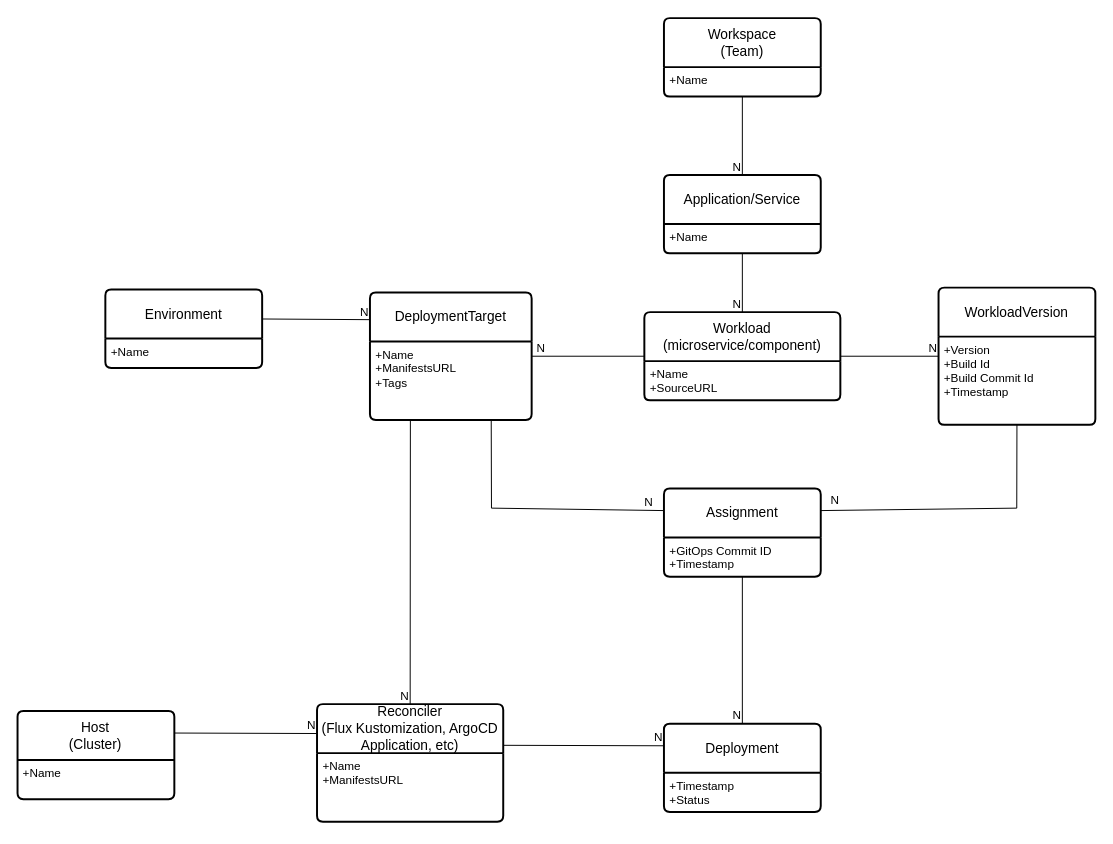
Earlier version of the draw.io diagram docs/images/DeploymentObservabilityLogicalModel.drawio (microsoft/kalypso-observability-hub). Source tidied: cells renumbered, new cells numbered last; positions are measured from the earlier drawing's top-left corner, leaving out a move shared by most shapes. Both pictures are drawn from the tidied source at 98%, with x=0, y=0 at pixel (17, 18).
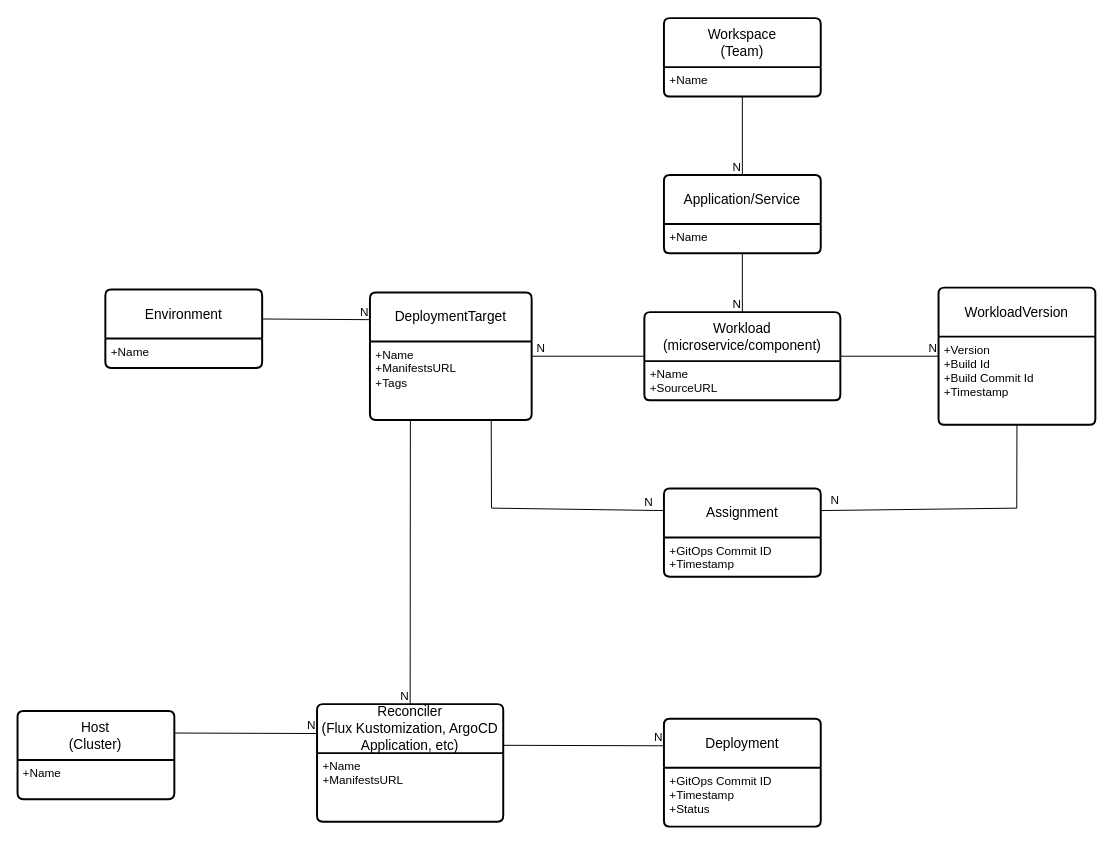
The same page after the edit.

Unchanged cells that the change refers to:
```xml
<mxCell id="23" value="+GitOps Commit ID&lt;br&gt;+Timestamp&amp;nbsp;" style="align=left;strokeColor=none;fillColor=none;spacingLeft=4;fontSize=12;verticalAlign=top;html=1;" parent="22" vertex="1">
  <mxGeometry y="50" width="160" height="40" as="geometry" />
</mxCell>
```

Diff of the diagram source:
```diff
@@
     <mxCell id="28" value="Deployment" style="swimlane;horizontal=1;startSize=50;rounded=1;fontSize=14;fontStyle=0;strokeWidth=2;shadow=0;dashed=0;align=center;arcSize=4;whiteSpace=wrap;html=1;" parent="1" vertex="1">
-      <mxGeometry x="660" y="720" width="160" height="90" as="geometry" />
+      <mxGeometry x="660" y="715" width="160" height="110" as="geometry" />
     </mxCell>
-    <mxCell id="29" value="+Timestamp&amp;nbsp;&lt;br&gt;+Status&amp;nbsp;" style="align=left;strokeColor=none;fillColor=none;spacingLeft=4;fontSize=12;verticalAlign=top;html=1;" parent="28" vertex="1">
-      <mxGeometry y="50" width="160" height="40" as="geometry" />
+    <mxCell id="29" value="+GitOps Commit ID&lt;br&gt;+Timestamp&amp;nbsp;&lt;br&gt;+Status&amp;nbsp;" style="align=left;strokeColor=none;fillColor=none;spacingLeft=4;fontSize=12;verticalAlign=top;html=1;" parent="28" vertex="1">
+      <mxGeometry y="50" width="160" height="60" as="geometry" />
     </mxCell>
@@
-    <mxCell id="34" style="endArrow=none;html=1;rounded=0;exitX=0.5;exitY=1;exitDx=0;exitDy=0;" parent="1" edge="1" source="23" target="28">
-      <mxGeometry relative="1" as="geometry" />
-    </mxCell>
-    <mxCell id="35" value="N" style="html=1;whiteSpace=wrap;align=right;verticalAlign=bottom;" parent="34" vertex="1">
-      <mxGeometry x="1" relative="1" as="geometry" />
-    </mxCell>
```
